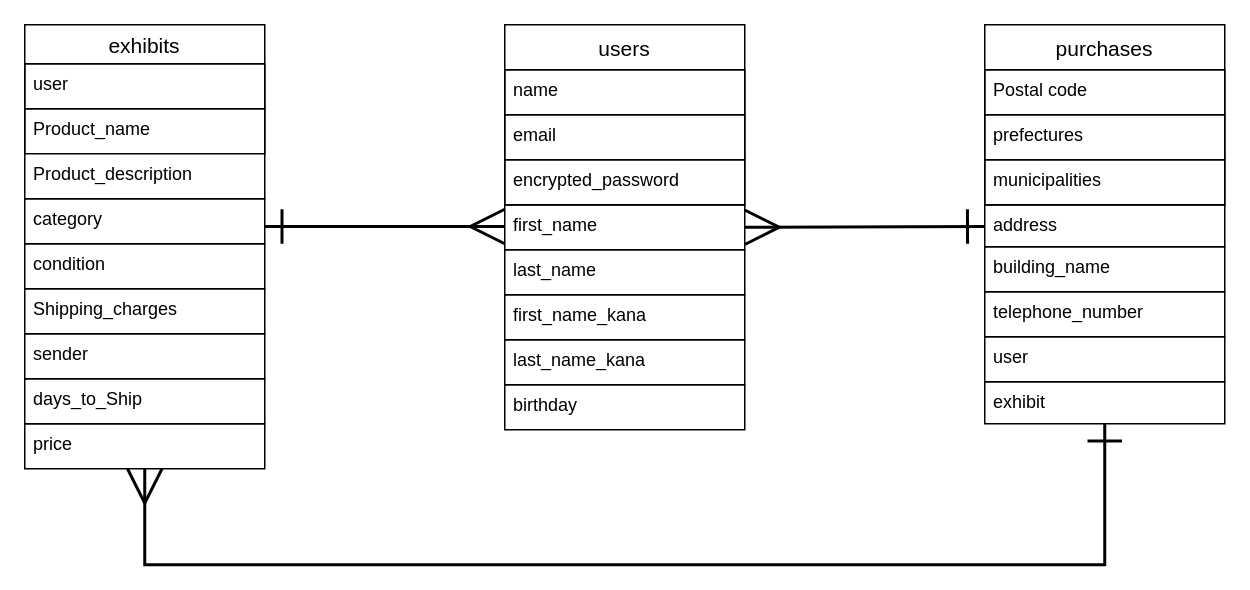
Above: ER図.dio in shotatuchiya/furima-38811 (draw.io), before the change. Source tidied: cells renumbered, new cells numbered last; positions are measured from the earlier drawing's top-left corner, leaving out a move shared by most shapes. Both pictures are drawn from the tidied source at 150%, with x=0, y=0 at pixel (24, 24).
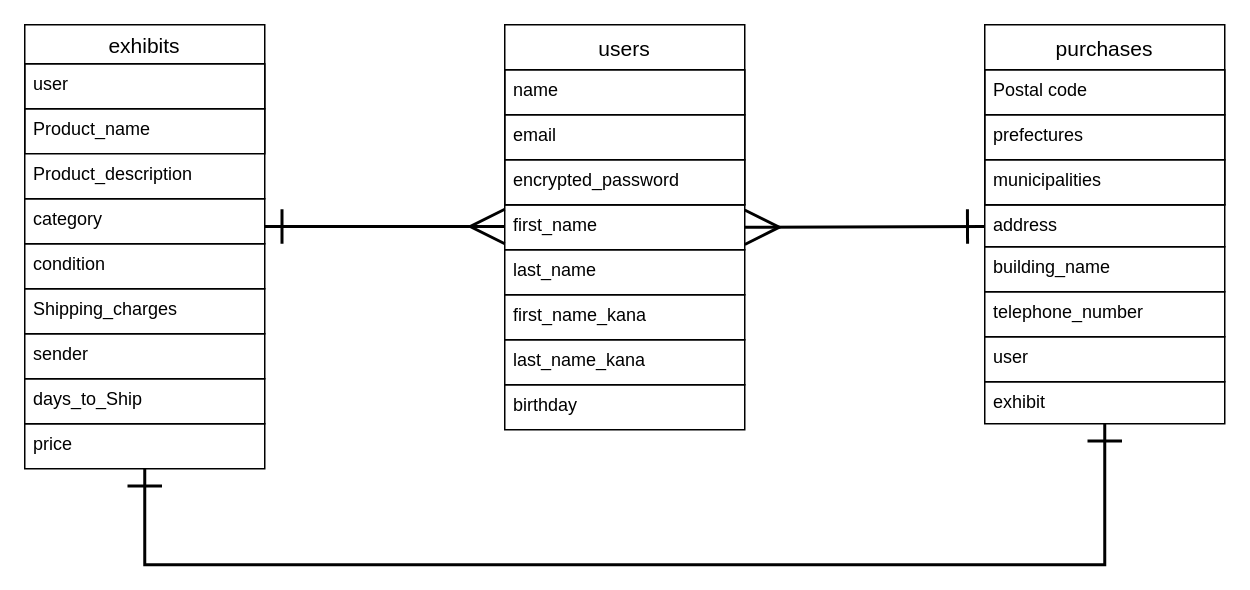
Above is the later version.

Commit message (it also covers changes not shown here):
ER図、REDME作成　修正

Unchanged cells that the change refers to:
```xml
<mxCell id="23" value="exhibit" style="text;strokeColor=default;fillColor=none;spacingLeft=4;spacingRight=4;overflow=hidden;points=[[0,0.5],[1,0.5]];portConstraint=eastwest;fontSize=12;shadow=0;strokeWidth=1;perimeterSpacing=0;" parent="1" vertex="1">
  <mxGeometry x="640" y="238" width="160" height="28" as="geometry" />
</mxCell>
<mxCell id="29" value="price" style="text;strokeColor=default;fillColor=none;spacingLeft=4;spacingRight=4;overflow=hidden;points=[[0,0.5],[1,0.5]];portConstraint=eastwest;fontSize=12;shadow=0;" parent="1" vertex="1">
  <mxGeometry y="266" width="160" height="30" as="geometry" />
</mxCell>
```

Change to the diagram source:
```diff
@@
-    <mxCell id="32" style="endArrow=ERone;html=1;rounded=0;startSize=20;endSize=20;targetPerimeterSpacing=0;strokeWidth=2;jumpSize=6;startArrow=ERmany;startFill=0;endFill=0;" parent="1" edge="1" source="29" target="23">
+    <mxCell id="32" style="endArrow=ERone;html=1;rounded=0;startSize=20;endSize=20;targetPerimeterSpacing=0;strokeWidth=2;jumpSize=6;startArrow=ERone;startFill=0;endFill=0;" parent="1" edge="1" source="29" target="23">
       <mxGeometry relative="1" as="geometry">
         <Array as="points">
           <mxPoint x="80" y="360" />
           <mxPoint x="720" y="360" />
         </Array>
       </mxGeometry>
     </mxCell>
```
